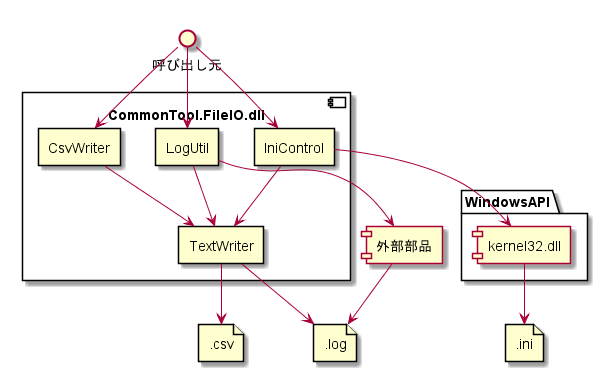
This is doc/03_SubSystem別/CommonTool.FileIO/01_機能詳細/コンポーネント図.png from hirorich/CommonTool, a PlantUML export, as it was before one commit.
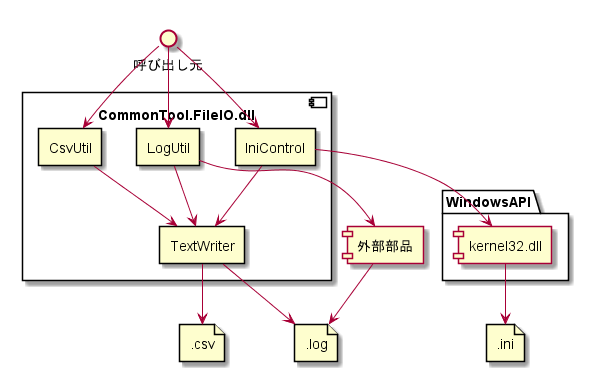
Above is the later version.

Diff of the diagram source:
```diff
@@ -5,7 +5,7 @@
 component "CommonTool.FileIO.dll" as FileIO {
   rectangle IniControl
   rectangle LogUtil
-  rectangle CsvWriter
+  rectangle CsvUtil
   rectangle TextWriter
 }
 
@@ -21,7 +21,7 @@
 
 caller --> IniControl
 caller --> LogUtil
-caller --> CsvWriter
+caller --> CsvUtil
 
 IniControl --> kernel32
 kernel32 --> IniFile
@@ -31,7 +31,7 @@
 TextWriter --> LogFile
 LogUtil --> OtherLogWriter
 OtherLogWriter --> LogFile
-CsvWriter --> TextWriter
+CsvUtil --> TextWriter
 TextWriter --> CsvFile
 
 @enduml
```
